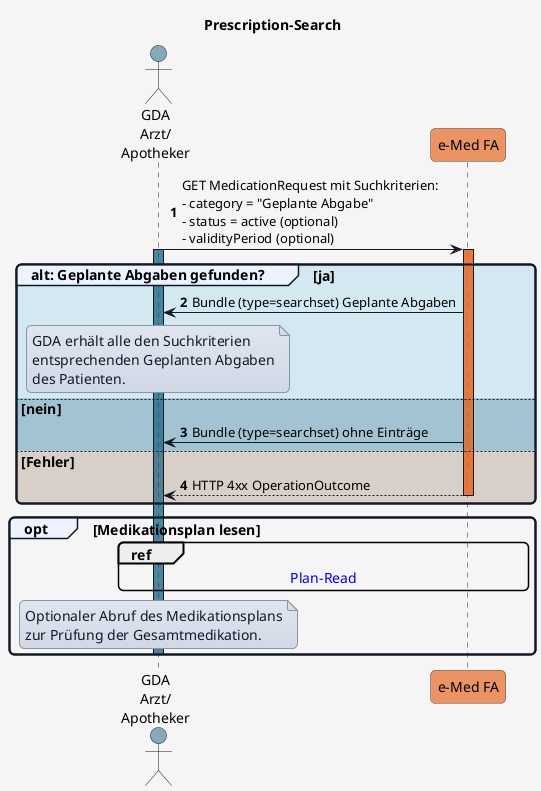
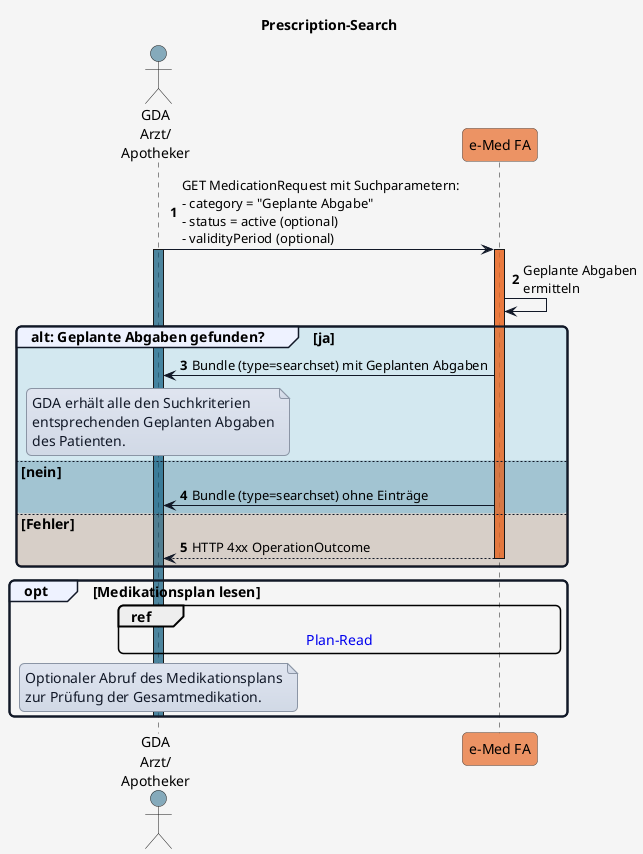
@startuml

title Prescription-Search

'skinparam actorStyle awesome

skinparam borderColor #000000
skinparam backgroundColor #f5f5f5
skinparam shadowing false
skinparam roundCorner 10
skinparam defaultFontName "Arial"
skinparam defaultFontSize 14
skinparam defaultFontColor #000000
skinparam HyperlinkColor #0000EE
skinparam HyperlinkUnderline false
skinparam BoxPadding 20
skinparam BoxBorderColor #555555

skinparam note {
  BackgroundColor #e0e5f0-#d1d9e6
  BorderColor #8b95a5
  BorderThickness 1
  RoundCorner 0
  Padding 6
  FontColor #111827
  Shadowing false
}

skinparam sequence {
  ParticipantBorderColor #555555
  ParticipantFontColor #000000
  ParticipantFontSize 14
  ParticipantPadding 20
  ArrowColor #111827
  ArrowThickness 1
  ArrowFontColor #000000
  ArrowFontSize 13
  GroupBorderColor #111827
  GroupBackgroundColor #eef2ff
  GroupBorderThickness 2
}

!define COLOR_GDA_1    #15608280
!define COLOR_GDA_2    #96607D80
!define COLOR_PATIENT  #196B2480
!define COLOR_APO      #0F9ED590
!define COLOR_EMED_FA  #e97232bd
!define COLOR_E_REZEPT #cd3732a9

!define COLOR_OK       #0F9ED525
!define COLOR_OK_2     #34738d4e
!define COLOR_ERROR    #E9713235

actor GDA_1 as "GDA\nArzt/\nApotheker" COLOR_GDA_1
participant eMed_FA as "e-Med FA" COLOR_EMED_FA
' participant e_Rezept as "e-Rezept" COLOR_E_REZEPT

autonumber

- GDA_1 -> eMed_FA: GET MedicationRequest mit Suchkriterien:\n- category = "Geplante Abgabe"\n- status = active (optional)\n- validityPeriod (optional)
+ GDA_1 -> eMed_FA: GET MedicationRequest mit Suchparametern:\n- category = "Geplante Abgabe"\n- status = active (optional)\n- validityPeriod (optional)
activate GDA_1 COLOR_GDA_1
activate eMed_FA COLOR_EMED_FA

+ eMed_FA -> eMed_FA: Geplante Abgaben\nermitteln
+ 
group COLOR_OK alt: Geplante Abgaben gefunden? [ja]
-   eMed_FA -> GDA_1: Bundle (type=searchset) Geplante Abgaben
+   eMed_FA -> GDA_1: Bundle (type=searchset) mit Geplanten Abgaben

  note over GDA_1
  GDA erhält alle den Suchkriterien
  entsprechenden Geplanten Abgaben
  des Patienten.
  end note

else COLOR_OK_2 nein
  eMed_FA -> GDA_1: Bundle (type=searchset) ohne Einträge

else COLOR_ERROR Fehler
  eMed_FA --> GDA_1: HTTP 4xx OperationOutcome
  deactivate eMed_FA

end


opt Medikationsplan lesen

  ref over GDA_1, eMed_FA : [[interactions.html#sequenzdiagramm-plan-read Plan-Read]]
  note over GDA_1
  Optionaler Abruf des Medikationsplans
  zur Prüfung der Gesamtmedikation.
  end note
  deactivate GDA_1
end

@enduml